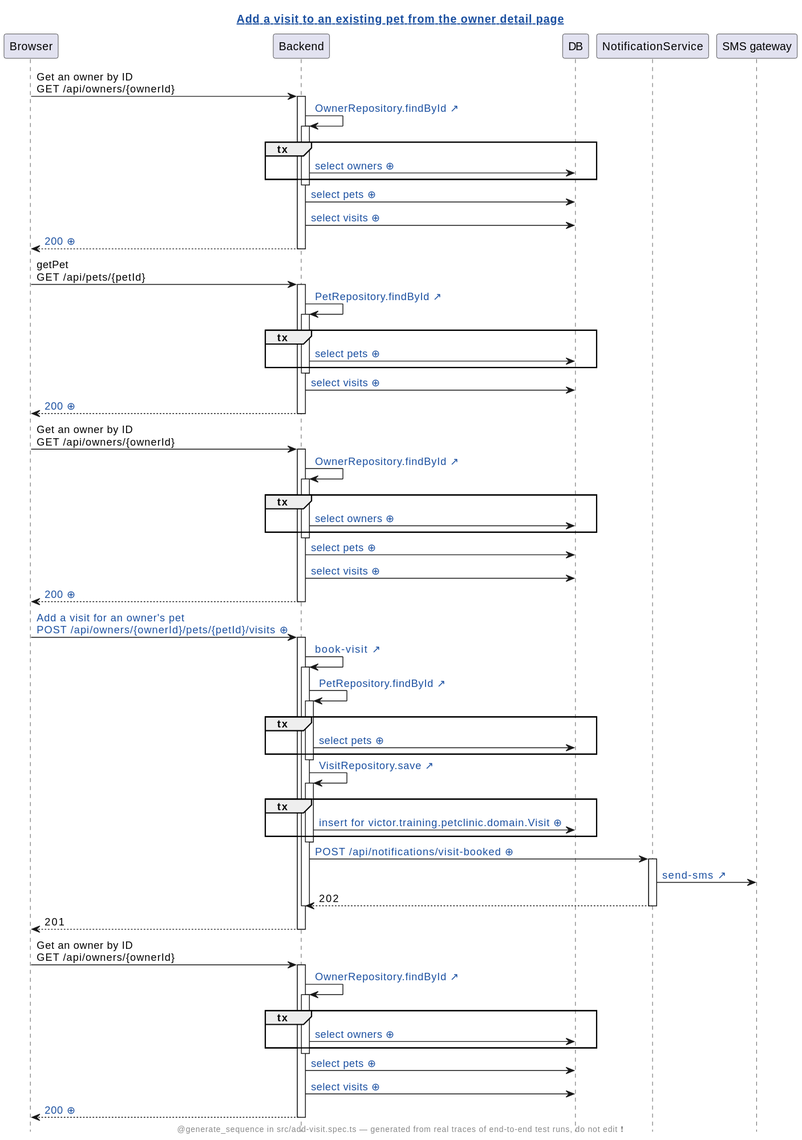
Before: demo/demo/assets/add-visit.spec.ts.add-a-visit-to-an-existing-pet-from-the-owner-detail-page.genseq.context.svg, a diagram exported from PlantUML (Winandvdb/human-review). The source it was exported from:
```plantuml
@startuml
hide footbox
skinparam hyperlinkUnderline false
skinparam hyperlinkColor #1A4FA0
title [[src://petclinic-test/src/add-visit.spec.ts:31{Click to open the test} Add a visit to an existing pet from the owner detail page]]
footer @generate_sequence in src/add-visit.spec.ts — generated from real traces of end-to-end test runs, do not edit ❗
participant Browser
participant Backend
participant DB
participant NotificationService
participant "SMS gateway"
Browser -> Backend: Get an owner by ID\nGET /api/owners/{ownerId}
activate Backend
Backend -> Backend: [[src://petclinic-backend/src/main/java/victor/training/petclinic/repository/OwnerRepository.java:14{Click to open OwnerRepository.findById} OwnerRepository.findById ↗]]
activate Backend
group tx
Backend -> DB: [[genseq://0x8aana{Click for the statement behind this call} select owners ⊕]]
end
deactivate Backend
Backend -> DB: [[genseq://18567ho{Click for the statement behind this call} select pets ⊕]]
Backend -> DB: [[genseq://13apewa{Click for the statement behind this call} select visits ⊕]]
Backend --> Browser: [[genseq://1kvauob{Click for this call’s JSON body} 200 ⊕]]
deactivate Backend
Browser -> Backend: getPet\nGET /api/pets/{petId}
activate Backend
Backend -> Backend: [[src://petclinic-backend/src/main/java/victor/training/petclinic/repository/PetRepository.java:16{Click to open PetRepository.findById} PetRepository.findById ↗]]
activate Backend
group tx
Backend -> DB: [[genseq://0y7w2ps{Click for the statement behind this call} select pets ⊕]]
end
deactivate Backend
Backend -> DB: [[genseq://13apewa{Click for the statement behind this call} select visits ⊕]]
Backend --> Browser: [[genseq://0f51kab{Click for this call’s JSON body} 200 ⊕]]
deactivate Backend
Browser -> Backend: Get an owner by ID\nGET /api/owners/{ownerId}
activate Backend
Backend -> Backend: [[src://petclinic-backend/src/main/java/victor/training/petclinic/repository/OwnerRepository.java:14{Click to open OwnerRepository.findById} OwnerRepository.findById ↗]]
activate Backend
group tx
Backend -> DB: [[genseq://0x8aana{Click for the statement behind this call} select owners ⊕]]
end
deactivate Backend
Backend -> DB: [[genseq://18567ho{Click for the statement behind this call} select pets ⊕]]
Backend -> DB: [[genseq://13apewa{Click for the statement behind this call} select visits ⊕]]
Backend --> Browser: [[genseq://1kvauob{Click for this call’s JSON body} 200 ⊕]]
deactivate Backend
Browser -> Backend: [[genseq://0ikez13{Click for this call’s JSON body} Add a visit for an owner's pet\nPOST /api/owners/{ownerId}/pets/{petId}/visits ⊕]]
activate Backend
Backend -> Backend: [[src://petclinic-backend/src/main/java/victor/training/petclinic/rest/OwnerRestController.java:189{Click to open OwnerRestController.bookVisit} book-visit ↗]]
activate Backend
Backend -> Backend: [[src://petclinic-backend/src/main/java/victor/training/petclinic/repository/PetRepository.java:16{Click to open PetRepository.findById} PetRepository.findById ↗]]
activate Backend
group tx
Backend -> DB: [[genseq://0y7w2ps{Click for the statement behind this call} select pets ⊕]]
end
deactivate Backend
Backend -> Backend: [[src://petclinic-backend/src/main/java/victor/training/petclinic/repository/VisitRepository.java:14{Click to open VisitRepository.save} VisitRepository.save ↗]]
activate Backend
group tx
Backend -> DB: [[genseq://0ko5dse{Click for the statement behind this call} insert for victor.training.petclinic.domain.Visit ⊕]]
end
deactivate Backend
Backend -> NotificationService: [[genseq://143ezko{Click for this call’s JSON body} POST /api/notifications/visit-booked ⊕]]
activate NotificationService
NotificationService -> "SMS gateway": [[src://notification-service/src/main/java/victor/training/notification/SmsGateway.java:23{Click to open SmsGateway.send} send-sms ↗]]
NotificationService --> Backend: 202
deactivate NotificationService
deactivate Backend
Backend --> Browser: 201
deactivate Backend
Browser -> Backend: Get an owner by ID\nGET /api/owners/{ownerId}
activate Backend
Backend -> Backend: [[src://petclinic-backend/src/main/java/victor/training/petclinic/repository/OwnerRepository.java:14{Click to open OwnerRepository.findById} OwnerRepository.findById ↗]]
activate Backend
group tx
Backend -> DB: [[genseq://0x8aana{Click for the statement behind this call} select owners ⊕]]
end
deactivate Backend
Backend -> DB: [[genseq://18567ho{Click for the statement behind this call} select pets ⊕]]
Backend -> DB: [[genseq://13apewa{Click for the statement behind this call} select visits ⊕]]
Backend --> Browser: [[genseq://19m3aru{Click for this call’s JSON body} 200 ⊕]]
deactivate Backend
@enduml
```
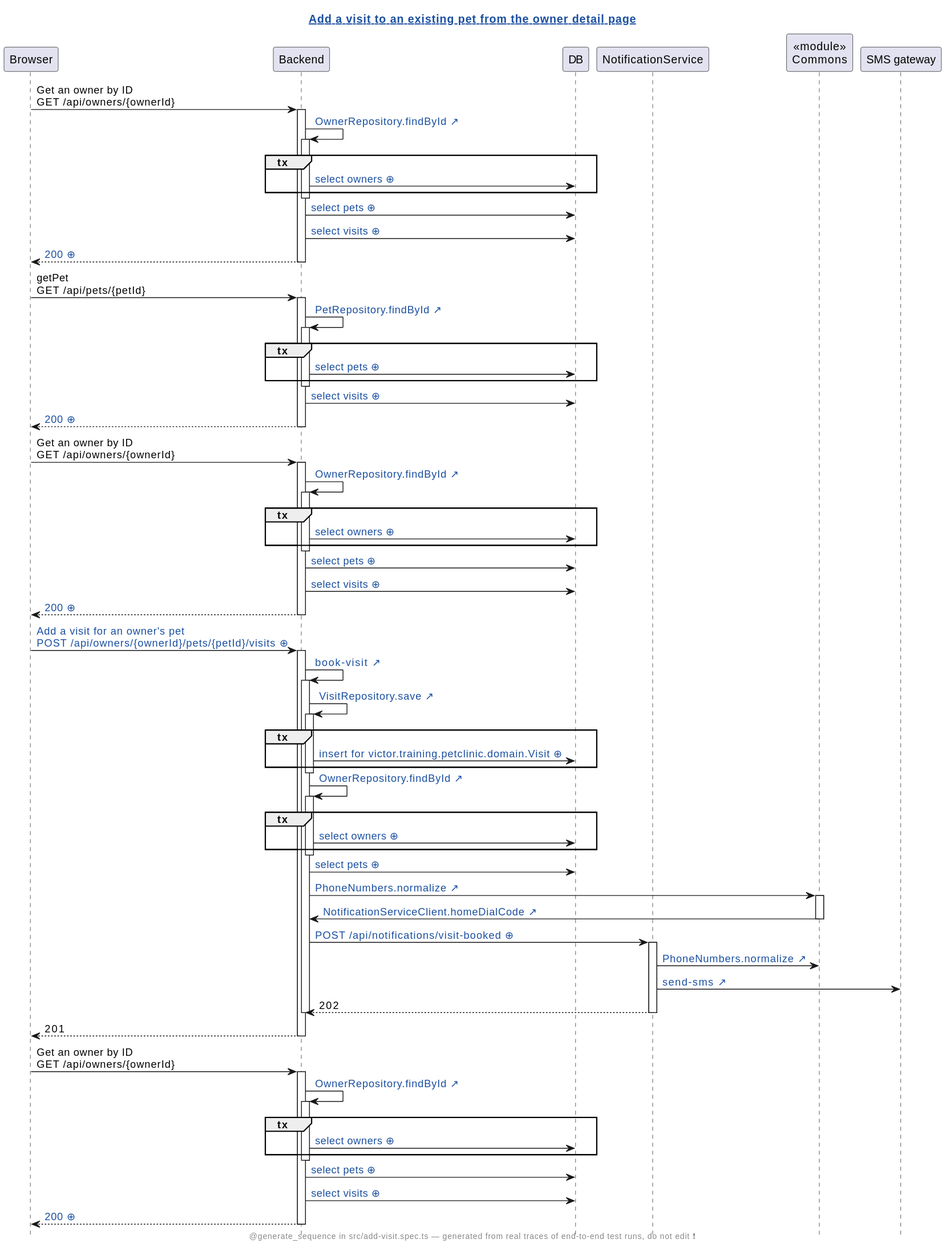
Above is the later version.

Change to the diagram source:
```diff
@@ -8,6 +8,7 @@
 participant Backend
 participant DB
 participant NotificationService
+participant "«module»\nCommons" as Commons
 participant "SMS gateway"
 Browser -> Backend: Get an owner by ID\nGET /api/owners/{ownerId}
 activate Backend
@@ -19,7 +20,7 @@
 deactivate Backend
 Backend -> DB: [[genseq://18567ho{Click for the statement behind this call} select pets ⊕]]
 Backend -> DB: [[genseq://13apewa{Click for the statement behind this call} select visits ⊕]]
-Backend --> Browser: [[genseq://1kvauob{Click for this call’s JSON body} 200 ⊕]]
+Backend --> Browser: [[genseq://0zavcxa{Click for this call’s JSON body} 200 ⊕]]
 deactivate Backend
 Browser -> Backend: getPet\nGET /api/pets/{petId}
 activate Backend
@@ -30,7 +31,7 @@
 end
 deactivate Backend
 Backend -> DB: [[genseq://13apewa{Click for the statement behind this call} select visits ⊕]]
-Backend --> Browser: [[genseq://0f51kab{Click for this call’s JSON body} 200 ⊕]]
+Backend --> Browser: [[genseq://01mmlgx{Click for this call’s JSON body} 200 ⊕]]
 deactivate Backend
 Browser -> Backend: Get an owner by ID\nGET /api/owners/{ownerId}
 activate Backend
@@ -42,26 +43,32 @@
 deactivate Backend
 Backend -> DB: [[genseq://18567ho{Click for the statement behind this call} select pets ⊕]]
 Backend -> DB: [[genseq://13apewa{Click for the statement behind this call} select visits ⊕]]
-Backend --> Browser: [[genseq://1kvauob{Click for this call’s JSON body} 200 ⊕]]
+Backend --> Browser: [[genseq://0zavcxa{Click for this call’s JSON body} 200 ⊕]]
 deactivate Backend
-Browser -> Backend: [[genseq://0ikez13{Click for this call’s JSON body} Add a visit for an owner's pet\nPOST /api/owners/{ownerId}/pets/{petId}/visits ⊕]]
+Browser -> Backend: [[genseq://1wvc0vp{Click for this call’s JSON body} Add a visit for an owner's pet\nPOST /api/owners/{ownerId}/pets/{petId}/visits ⊕]]
 activate Backend
-Backend -> Backend: [[src://petclinic-backend/src/main/java/victor/training/petclinic/rest/OwnerRestController.java:189{Click to open OwnerRestController.bookVisit} book-visit ↗]]
+Backend -> Backend: [[src://petclinic-backend/src/main/java/victor/training/petclinic/rest/OwnerRestController.java:183{Click to open OwnerRestController.bookVisit} book-visit ↗]]
 activate Backend
-Backend -> Backend: [[src://petclinic-backend/src/main/java/victor/training/petclinic/repository/PetRepository.java:16{Click to open PetRepository.findById} PetRepository.findById ↗]]
-activate Backend
-group tx
-Backend -> DB: [[genseq://0y7w2ps{Click for the statement behind this call} select pets ⊕]]
-end
-deactivate Backend
 Backend -> Backend: [[src://petclinic-backend/src/main/java/victor/training/petclinic/repository/VisitRepository.java:14{Click to open VisitRepository.save} VisitRepository.save ↗]]
 activate Backend
 group tx
-Backend -> DB: [[genseq://0ko5dse{Click for the statement behind this call} insert for victor.training.petclinic.domain.Visit ⊕]]
+Backend -> DB: [[genseq://0624iy2{Click for the statement behind this call} insert for victor.training.petclinic.domain.Visit ⊕]]
 end
 deactivate Backend
-Backend -> NotificationService: [[genseq://143ezko{Click for this call’s JSON body} POST /api/notifications/visit-booked ⊕]]
+Backend -> Backend: [[src://petclinic-backend/src/main/java/victor/training/petclinic/repository/OwnerRepository.java:14{Click to open OwnerRepository.findById} OwnerRepository.findById ↗]]
+activate Backend
+group tx
+Backend -> DB: [[genseq://0x8aana{Click for the statement behind this call} select owners ⊕]]
+end
+deactivate Backend
+Backend -> DB: [[genseq://18567ho{Click for the statement behind this call} select pets ⊕]]
+Backend -> Commons: [[src://petclinic-commons/src/main/java/victor/training/commons/PhoneNumbers.java:8{Click to open PhoneNumbers.normalize} PhoneNumbers.normalize ↗]]
+activate Commons
+Commons -> Backend: [[src://petclinic-backend/src/main/java/victor/training/petclinic/notification/NotificationServiceClient.java:45{Click to open NotificationServiceClient.homeDialCode} NotificationServiceClient.homeDialCode ↗]]
+deactivate Commons
+Backend -> NotificationService: [[genseq://1p4ogm5{Click for this call’s JSON body} POST /api/notifications/visit-booked ⊕]]
 activate NotificationService
+NotificationService -> Commons: [[src://petclinic-commons/src/main/java/victor/training/commons/PhoneNumbers.java:8{Click to open PhoneNumbers.normalize} PhoneNumbers.normalize ↗]]
 NotificationService -> "SMS gateway": [[src://notification-service/src/main/java/victor/training/notification/SmsGateway.java:23{Click to open SmsGateway.send} send-sms ↗]]
 NotificationService --> Backend: 202
 deactivate NotificationService
@@ -78,6 +85,6 @@
 deactivate Backend
 Backend -> DB: [[genseq://18567ho{Click for the statement behind this call} select pets ⊕]]
 Backend -> DB: [[genseq://13apewa{Click for the statement behind this call} select visits ⊕]]
-Backend --> Browser: [[genseq://19m3aru{Click for this call’s JSON body} 200 ⊕]]
+Backend --> Browser: [[genseq://1gpk0tx{Click for this call’s JSON body} 200 ⊕]]
 deactivate Backend
 @enduml
```
